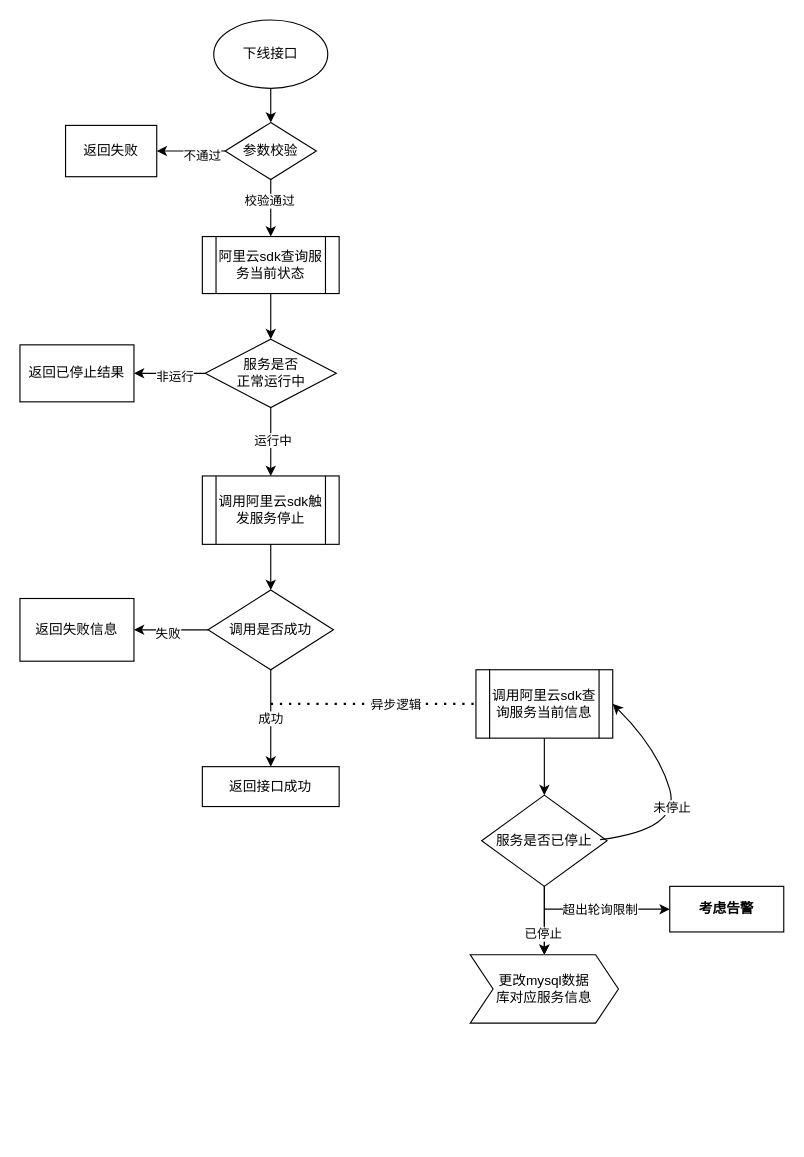
1418956397/JavaWeb-Project-Source-Share keeps this draw.io diagram as 下线pai流程图.drawio. Above is the earlier version. Source tidied: cells renumbered, new cells numbered last; positions are measured from the earlier drawing's top-left corner, leaving out a move shared by most shapes. Both pictures are drawn from the tidied source at 114%, with x=0, y=0 at pixel (19, 19).
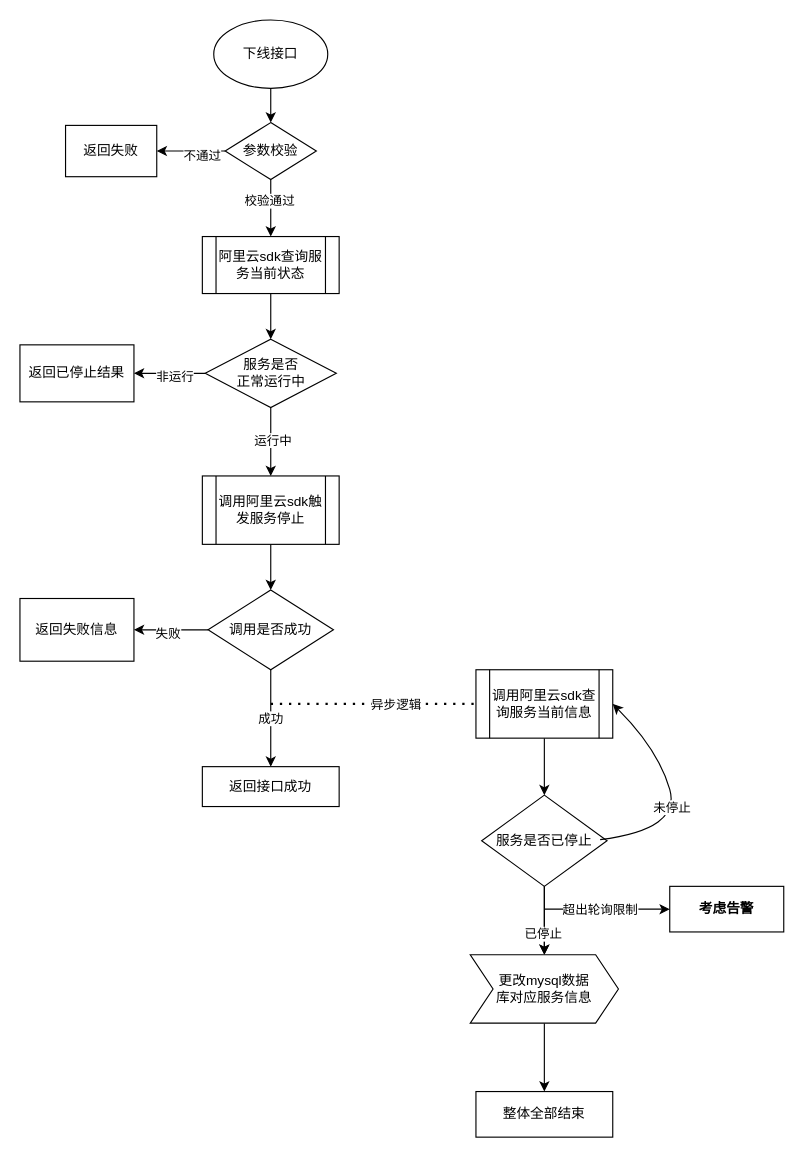
The same page after the edit.

Commit message (it also covers changes not shown here):
更新下线pai流程图.drawio

Unchanged cells that the change refers to:
```xml
<mxCell id="36" value="更改mysql数据&lt;div&gt;库对应服务信息&lt;/div&gt;" style="shape=step;perimeter=stepPerimeter;whiteSpace=wrap;html=1;fixedSize=1;" parent="1" vertex="1">
  <mxGeometry x="395" y="820" width="130" height="60" as="geometry" />
</mxCell>
```

Diff of the diagram source:
```diff
@@
+    <mxCell id="40" style="edgeStyle=orthogonalEdgeStyle;rounded=0;jettySize=auto;html=1;" parent="1" edge="1" source="36" target="41">
+      <mxGeometry relative="1" as="geometry" />
+    </mxCell>
@@
+    <mxCell id="41" value="整体全部结束" style="whiteSpace=wrap;html=1;" parent="1" vertex="1">
+      <mxGeometry x="400" y="940" width="120" height="40" as="geometry" />
+    </mxCell>
```
